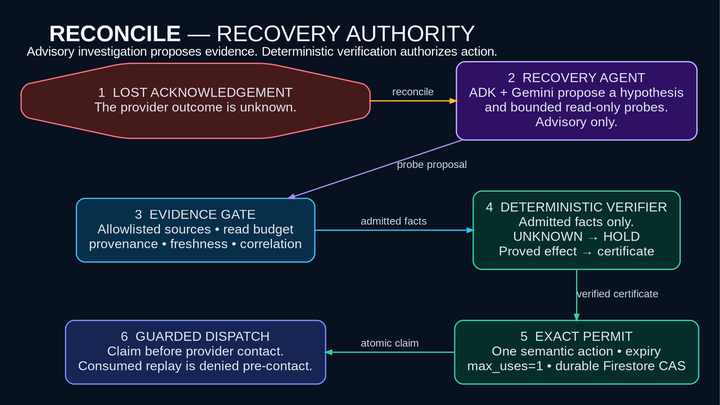
Before: docs/architecture.png, a diagram exported from Graphviz (OCHOLA-EDDYPHIL/reconcile). Its source is kept beside it as docs/architecture.dot.
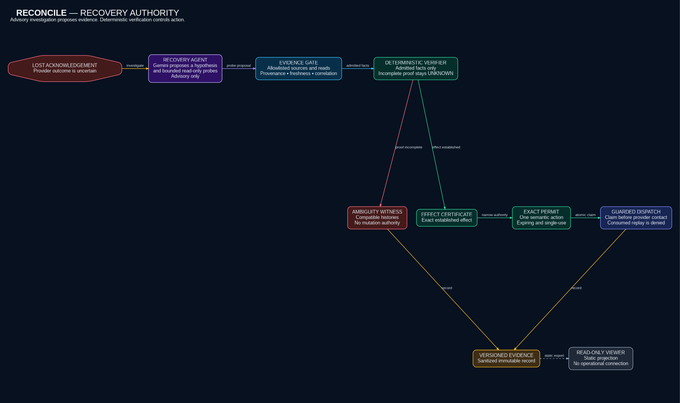
The same file after the commit.

Change to the diagram source:
```diff
@@ -2,86 +2,103 @@
   graph [
     bgcolor="#07111f",
     fontname="Liberation Sans",
-    label=<<FONT POINT-SIZE="32"><B>RECONCILE</B> — RECOVERY AUTHORITY</FONT><BR/><FONT POINT-SIZE="18">Advisory investigation proposes evidence. Deterministic verification authorizes action.</FONT>>,
+    label=<<FONT POINT-SIZE="32"><B>RECONCILE</B> — RECOVERY AUTHORITY</FONT><BR/><FONT POINT-SIZE="18">Advisory investigation proposes evidence. Deterministic verification controls action.</FONT>>,
     labelloc="t",
     labeljust="l",
     fontcolor="#f8fafc",
     pad=0.42,
     rankdir=TB,
-    ranksep=0.76,
-    nodesep=0.86,
+    ranksep=0.88,
+    nodesep=0.48,
     newrank=true,
+    ratio=fill,
+    size="14.3,8.0!",
     splines=polyline
   ];
   node [
     shape=box,
     style="rounded,filled",
     fontname="Liberation Sans",
-    fontsize=19,
+    fontsize=18,
     fontcolor="#e2e8f0",
     color="#475569",
     fillcolor="#111c2e",
-    margin="0.25,0.19",
+    margin="0.23,0.17",
     penwidth=1.8
   ];
   edge [
     fontname="Liberation Sans",
-    fontsize=15,
+    fontsize=14,
     fontcolor="#cbd5e1",
     color="#64748b",
-    arrowsize=0.85,
+    arrowsize=0.82,
     penwidth=1.8
   ];
 
   fault [
-    label="1  LOST ACKNOWLEDGEMENT\nThe provider outcome is unknown.",
+    label="LOST ACKNOWLEDGEMENT\nProvider outcome is uncertain",
     shape=octagon,
     fillcolor="#451a1a",
-    color="#fb7185",
-    group="left"
+    color="#fb7185"
   ];
   advisory [
-    label="2  RECOVERY AGENT\nADK + Gemini propose a hypothesis\nand bounded read-only probes.\nAdvisory only.",
+    label="RECOVERY AGENT\nGemini proposes a hypothesis\nand bounded read-only probes\nAdvisory only",
     fillcolor="#2e1065",
-    color="#c4b5fd",
-    group="right"
+    color="#c4b5fd"
   ];
   evidence [
-    label="3  EVIDENCE GATE\nAllowlisted sources • read budget\nprovenance • freshness • correlation",
+    label="EVIDENCE GATE\nAllowlisted sources and reads\nProvenance • freshness • correlation",
     fillcolor="#082f49",
-    color="#38bdf8",
-    group="left"
+    color="#38bdf8"
   ];
   verifier [
-    label="4  DETERMINISTIC VERIFIER\nAdmitted facts only.\nUNKNOWN → HOLD\nProved effect → certificate",
+    label="DETERMINISTIC VERIFIER\nAdmitted facts only\nIncomplete proof stays UNKNOWN",
     fillcolor="#052e2b",
-    color="#34d399",
-    group="right"
+    color="#34d399"
+  ];
+  ambiguity [
+    label="AMBIGUITY WITNESS\nCompatible histories\nNo mutation authority",
+    fillcolor="#451a1a",
+    color="#fb7185"
+  ];
+  certificate [
+    label="EFFECT CERTIFICATE\nExact established effect",
+    fillcolor="#052e2b",
+    color="#34d399"
   ];
   permit [
-    label="5  EXACT PERMIT\nOne semantic action • expiry\nmax_uses=1 • durable Firestore CAS",
+    label="EXACT PERMIT\nOne semantic action\nExpiring and single-use",
     fillcolor="#052e2b",
-    color="#34d399",
-    group="right"
+    color="#34d399"
   ];
   dispatch [
-    label="6  GUARDED DISPATCH\nClaim before provider contact.\nConsumed replay is denied pre-contact.",
+    label="GUARDED DISPATCH\nClaim before provider contact\nConsumed replay is denied",
     fillcolor="#172554",
-    color="#818cf8",
-    group="left"
+    color="#818cf8"
+  ];
+  record [
+    label="VERSIONED EVIDENCE\nSanitized immutable record",
+    fillcolor="#3f2d14",
+    color="#fbbf24"
+  ];
+  viewer [
+    label="READ-ONLY VIEWER\nStatic projection\nNo operational connection",
+    fillcolor="#1f2937",
+    color="#94a3b8"
   ];
 
-  { rank=same; fault; advisory; }
-  { rank=same; evidence; verifier; }
-  { rank=same; dispatch; permit; }
+  { rank=same; fault; advisory; evidence; verifier; }
+  { rank=same; ambiguity; certificate; permit; dispatch; }
+  { rank=same; record; viewer; }
 
-  fault -> evidence [style=invis, weight=100];
-  evidence -> dispatch [style=invis, weight=100];
-  advisory -> verifier [style=invis, weight=100];
-
-  fault -> advisory [label="reconcile", color="#fbbf24", weight=20];
-  advisory -> evidence [label="probe proposal", color="#a78bfa", weight=20];
-  evidence -> verifier [label="admitted facts", color="#38bdf8", weight=20];
-  verifier -> permit [label="verified certificate", color="#34d399", weight=20];
-  dispatch -> permit [label="atomic claim", color="#34d399", dir=back, weight=20];
+  fault -> advisory [label="investigate", color="#fbbf24"];
+  advisory -> evidence [label="probe proposal", color="#a78bfa"];
+  evidence -> verifier [label="admitted facts", color="#38bdf8"];
+  verifier -> ambiguity [label="proof incomplete", color="#fb7185"];
+  verifier -> certificate [label="effect established", color="#34d399"];
+  certificate -> permit [label="narrow authority", color="#34d399"];
+  permit -> dispatch [label="atomic claim", color="#34d399"];
+  ambiguity -> record [label="record", color="#fbbf24"];
+  dispatch -> record [label="record", color="#fbbf24"];
+  record -> viewer [label="static export", style=dashed, color="#94a3b8"];
 }
```
